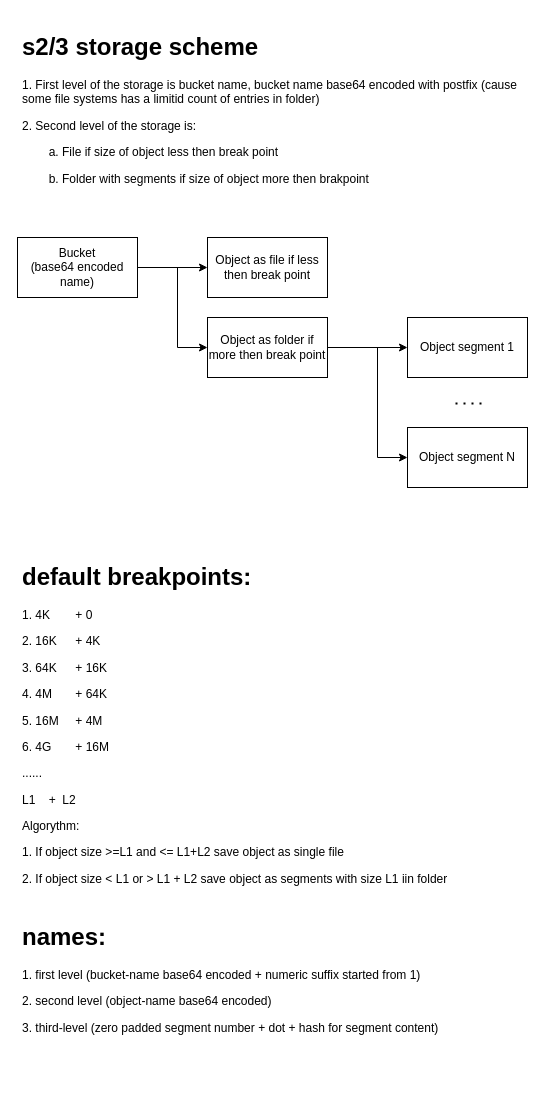
Earlier version of the draw.io diagram design/general-scheme.drawio (usalko/s2d3). Source tidied: cells renumbered, new cells numbered last; positions are measured from the earlier drawing's top-left corner, leaving out a move shared by most shapes. Both pictures are drawn from the tidied source at 100%, with x=0, y=0 at pixel (17, 27).
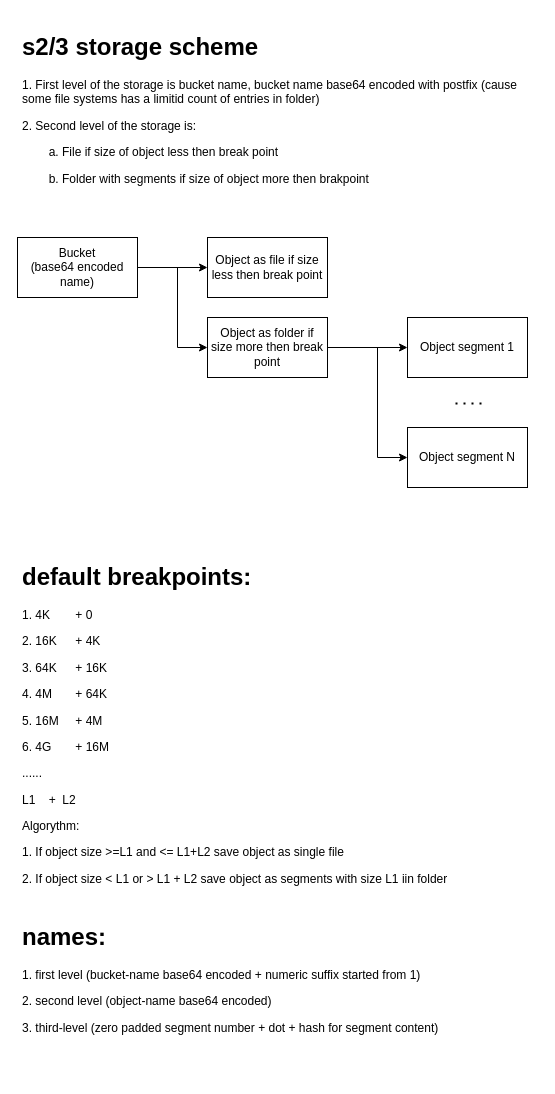
After the change.

Diff of the diagram source:
```diff
@@
 <mxGraphModel>
   <root>
     <mxCell id="0" />
     <mxCell id="1" parent="0" />
     <mxCell id="2" style="edgeStyle=orthogonalEdgeStyle;rounded=0;jettySize=auto;html=1;" parent="1" edge="1" source="4" target="5">
       <mxGeometry relative="1" as="geometry" />
     </mxCell>
     <mxCell id="3" style="edgeStyle=orthogonalEdgeStyle;rounded=0;jettySize=auto;html=1;" parent="1" edge="1" source="4" target="8">
       <mxGeometry relative="1" as="geometry">
         <Array as="points">
           <mxPoint x="160" y="240" />
           <mxPoint x="160" y="320" />
         </Array>
       </mxGeometry>
     </mxCell>
     <mxCell id="4" value="Bucket&lt;br&gt;(base64 encoded name)" style="rounded=0;whiteSpace=wrap;html=1;" parent="1" vertex="1">
       <mxGeometry y="210" width="120" height="60" as="geometry" />
     </mxCell>
-    <mxCell id="5" value="Object as file if less then break point" style="rounded=0;whiteSpace=wrap;html=1;" parent="1" vertex="1">
+    <mxCell id="5" value="Object as file if size less then break point" style="rounded=0;whiteSpace=wrap;html=1;" parent="1" vertex="1">
       <mxGeometry x="190" y="210" width="120" height="60" as="geometry" />
     </mxCell>
     <mxCell id="6" style="edgeStyle=orthogonalEdgeStyle;rounded=0;jettySize=auto;html=1;" parent="1" edge="1" source="8" target="9">
       <mxGeometry relative="1" as="geometry" />
     </mxCell>
     <mxCell id="7" style="edgeStyle=orthogonalEdgeStyle;rounded=0;jettySize=auto;html=1;" parent="1" edge="1" source="8" target="10">
       <mxGeometry relative="1" as="geometry">
         <Array as="points">
           <mxPoint x="360" y="320" />
           <mxPoint x="360" y="430" />
         </Array>
       </mxGeometry>
     </mxCell>
-    <mxCell id="8" value="Object as folder if more then break point" style="whiteSpace=wrap;html=1;rounded=0;" parent="1" vertex="1">
+    <mxCell id="8" value="Object as folder if size more then break point" style="whiteSpace=wrap;html=1;rounded=0;" parent="1" vertex="1">
       <mxGeometry x="190" y="290" width="120" height="60" as="geometry" />
     </mxCell>
     <mxCell id="9" value="Object segment 1" style="rounded=0;whiteSpace=wrap;html=1;" parent="1" vertex="1">
       <mxGeometry x="390" y="290" width="120" height="60" as="geometry" />
     </mxCell>
     <mxCell id="10" value="Object segment N" style="whiteSpace=wrap;html=1;rounded=0;" parent="1" vertex="1">
       <mxGeometry x="390" y="400" width="120" height="60" as="geometry" />
     </mxCell>
     <mxCell id="11" value="&lt;h1&gt;s2/3 storage scheme&lt;/h1&gt;&lt;p&gt;1. First level of the storage is bucket name, bucket name base64 encoded with postfix (cause some file systems has a limitid count of entries in folder)&lt;/p&gt;&lt;p&gt;2. Second level of the storage is:&lt;/p&gt;&lt;p&gt;&lt;span style=&quot;white-space: pre;&quot;&gt;&#9;&lt;/span&gt;a. File if size of object less then break point&lt;br&gt;&lt;/p&gt;&lt;p&gt;&lt;span style=&quot;white-space: pre;&quot;&gt;&#9;&lt;/span&gt;b. Folder with segments if size of object more then brakpoint&lt;br&gt;&lt;/p&gt;" style="text;html=1;strokeColor=none;fillColor=none;spacing=5;spacingTop=-20;whiteSpace=wrap;overflow=hidden;rounded=0;" parent="1" vertex="1">
       <mxGeometry width="520" height="190" as="geometry" />
     </mxCell>
     <mxCell id="12" value="&lt;h1&gt;default breakpoints:&lt;/h1&gt;&lt;p&gt;1. 4K&lt;span style=&quot;white-space: pre;&quot;&gt;&#9;&lt;/span&gt;+ 0&lt;/p&gt;&lt;p&gt;2. 16K&lt;span style=&quot;white-space: pre;&quot;&gt;&#9;&lt;/span&gt;+ 4K&lt;/p&gt;&lt;p&gt;3. 64K&lt;span style=&quot;white-space: pre;&quot;&gt;&#9;&lt;/span&gt;+ 16K&lt;/p&gt;&lt;p&gt;4. 4M&lt;span style=&quot;white-space: pre;&quot;&gt;&#9;&lt;/span&gt;+ 64K&lt;/p&gt;&lt;p&gt;5. 16M&lt;span style=&quot;white-space: pre;&quot;&gt;&#9;&lt;/span&gt;+ 4M&lt;/p&gt;&lt;p&gt;6. 4G&lt;span style=&quot;white-space: pre;&quot;&gt;&#9;&lt;/span&gt;+ 16M&lt;/p&gt;&lt;p&gt;&lt;span style=&quot;background-color: initial;&quot;&gt;......&lt;/span&gt;&lt;br&gt;&lt;/p&gt;&lt;p&gt;&lt;span style=&quot;background-color: initial;&quot;&gt;L1&lt;span style=&quot;white-space: pre;&quot;&gt;&#9;&lt;/span&gt;+&amp;nbsp; L2&lt;/span&gt;&lt;/p&gt;&lt;p&gt;&lt;span style=&quot;background-color: initial;&quot;&gt;Algorythm:&lt;/span&gt;&lt;/p&gt;&lt;p&gt;&lt;span style=&quot;background-color: initial;&quot;&gt;1. If object size &amp;gt;=L1 and &amp;lt;= L1+L2 save object as single file&lt;/span&gt;&lt;/p&gt;&lt;p&gt;&lt;span style=&quot;background-color: initial;&quot;&gt;2. If object size &amp;lt; L1 or &amp;gt; L1 + L2 save object as segments with size L1 iin folder&lt;/span&gt;&lt;/p&gt;" style="text;html=1;strokeColor=none;fillColor=none;spacing=5;spacingTop=-20;whiteSpace=wrap;overflow=hidden;rounded=0;" parent="1" vertex="1">
       <mxGeometry y="530" width="520" height="350" as="geometry" />
     </mxCell>
     <mxCell id="13" style="endArrow=none;dashed=1;html=1;dashPattern=1 3;strokeWidth=2;rounded=0;" parent="1" edge="1">
       <mxGeometry relative="1" as="geometry">
         <mxPoint x="438" y="376" as="sourcePoint" />
         <mxPoint x="468" y="376" as="targetPoint" />
       </mxGeometry>
     </mxCell>
     <mxCell id="14" value="&lt;h1&gt;&lt;span style=&quot;background-color: initial;&quot;&gt;names:&lt;/span&gt;&lt;/h1&gt;&lt;h1&gt;&lt;p style=&quot;font-size: 12px; font-weight: 400;&quot;&gt;1. first level (bucket-name base64 encoded + numeric suffix started from 1)&lt;/p&gt;&lt;p style=&quot;font-size: 12px; font-weight: 400;&quot;&gt;2. second level (object-name base64 encoded)&lt;/p&gt;&lt;p style=&quot;font-size: 12px; font-weight: 400;&quot;&gt;3. third-level (zero padded segment number + dot + hash for segment content)&lt;/p&gt;&lt;/h1&gt;" style="text;html=1;strokeColor=none;fillColor=none;spacing=5;spacingTop=-20;whiteSpace=wrap;overflow=hidden;rounded=0;" parent="1" vertex="1">
       <mxGeometry y="890" width="520" height="160" as="geometry" />
     </mxCell>
   </root>
 </mxGraphModel>
```
